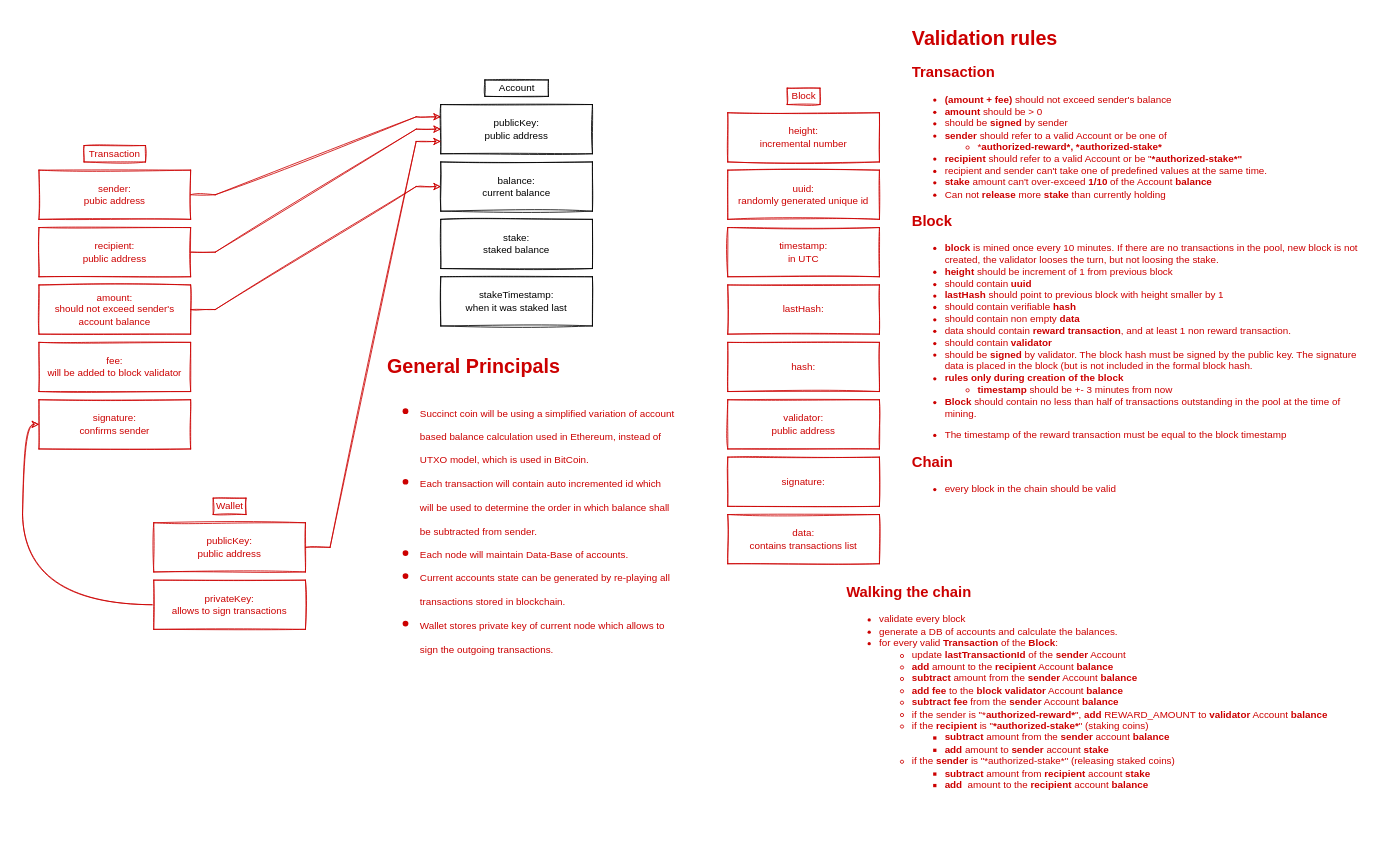
This is docs/Transaction Structure Diagram.drawio from echowaves/succinctcoin, a draw.io file, before an edit. Source tidied: cells renumbered, new cells numbered last; positions are measured from the earlier drawing's top-left corner, leaving out a move shared by most shapes. Both pictures are drawn from the tidied source at 82%, with x=0, y=0 at pixel (39, 22).
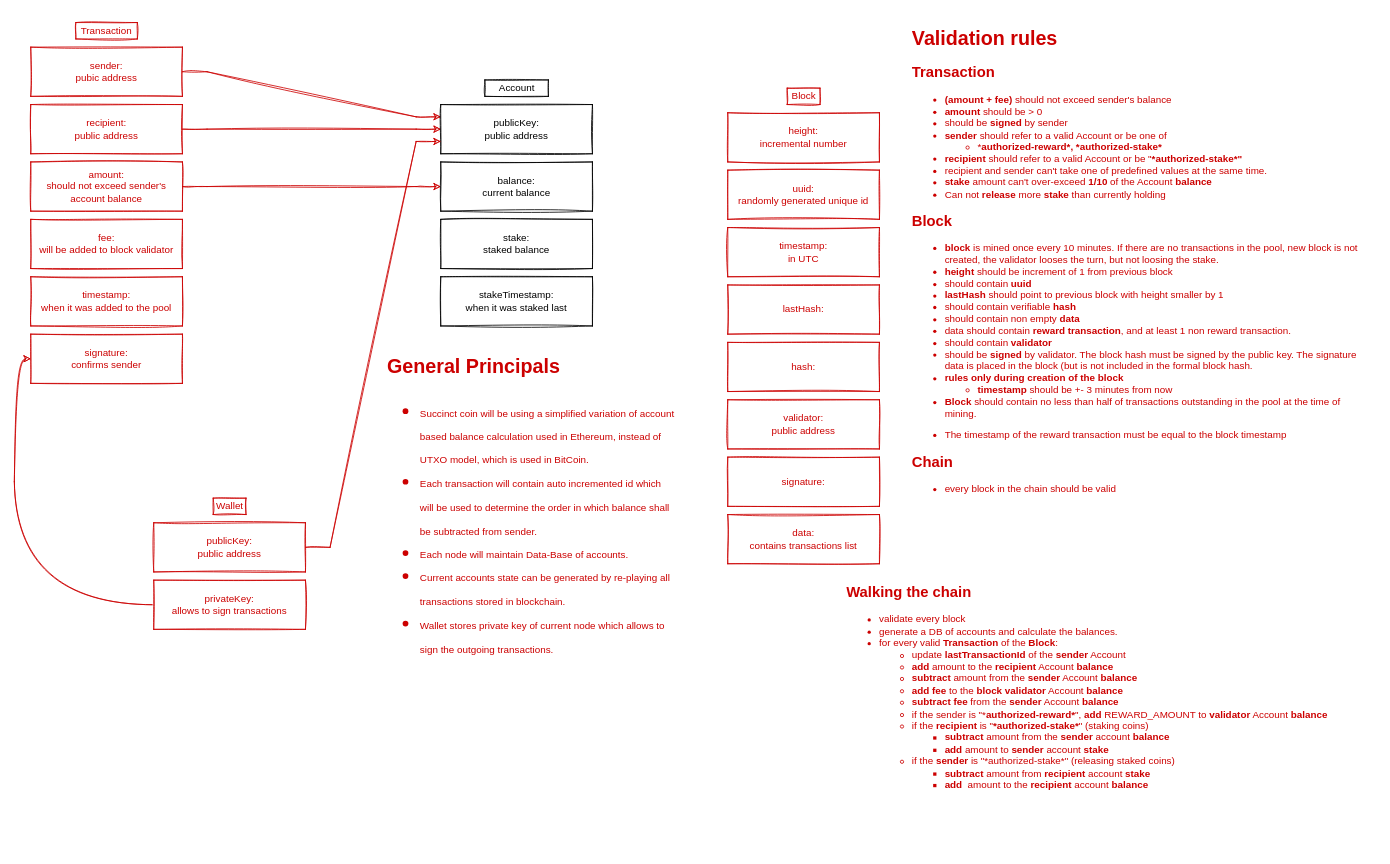
The same page after the edit.

What changed in the source:
```diff
@@
     <mxCell id="3" value="sender:&lt;br&gt;pubic address" style="rounded=0;whiteSpace=wrap;html=1;sketch=1;strokeColor=#CC0000;fontColor=#CC0000;" parent="1" vertex="1">
-      <mxGeometry y="180" width="185" height="60" as="geometry" />
+      <mxGeometry x="-10" y="30" width="185" height="60" as="geometry" />
     </mxCell>
@@
     <mxCell id="5" value="recipient:&lt;br&gt;public address" style="rounded=0;whiteSpace=wrap;html=1;sketch=1;strokeColor=#CC0000;fontColor=#CC0000;" parent="1" vertex="1">
-      <mxGeometry y="250" width="185" height="60" as="geometry" />
+      <mxGeometry x="-10" y="100" width="185" height="60" as="geometry" />
     </mxCell>
@@
     <mxCell id="7" value="amount:&lt;br&gt;should not exceed sender's account balance" style="rounded=0;whiteSpace=wrap;html=1;sketch=1;strokeColor=#CC0000;fontColor=#CC0000;" parent="1" vertex="1">
-      <mxGeometry y="320" width="185" height="60" as="geometry" />
+      <mxGeometry x="-10" y="170" width="185" height="60" as="geometry" />
     </mxCell>
     <mxCell id="8" value="signature:&lt;br&gt;confirms sender" style="rounded=0;whiteSpace=wrap;html=1;sketch=1;strokeColor=#CC0000;fontColor=#CC0000;" parent="1" vertex="1">
-      <mxGeometry y="460" width="185" height="60" as="geometry" />
+      <mxGeometry x="-10" y="380" width="185" height="60" as="geometry" />
     </mxCell>
     <mxCell id="9" value="Transaction" style="text;html=1;fillColor=none;align=center;verticalAlign=middle;whiteSpace=wrap;rounded=0;sketch=1;strokeColor=#CC0000;fontColor=#CC0000;" parent="1" vertex="1">
-      <mxGeometry x="55" y="150" width="75" height="20" as="geometry" />
+      <mxGeometry x="45" width="75" height="20" as="geometry" />
     </mxCell>
@@
     <mxCell id="19" value="fee:&lt;br&gt;will be added to block validator" style="rounded=0;whiteSpace=wrap;html=1;sketch=1;strokeColor=#CC0000;fontColor=#CC0000;" parent="1" vertex="1">
-      <mxGeometry y="390" width="185" height="60" as="geometry" />
+      <mxGeometry x="-10" y="240" width="185" height="60" as="geometry" />
     </mxCell>
@@
+    <mxCell id="33" value="&lt;font color=&quot;#cc0000&quot;&gt;timestamp:&lt;br&gt;when it was added to the pool&lt;/font&gt;" style="rounded=0;whiteSpace=wrap;html=1;sketch=1;strokeColor=#CC0000;" parent="1" vertex="1">
+      <mxGeometry x="-10" y="310" width="185" height="60" as="geometry" />
+    </mxCell>
```
